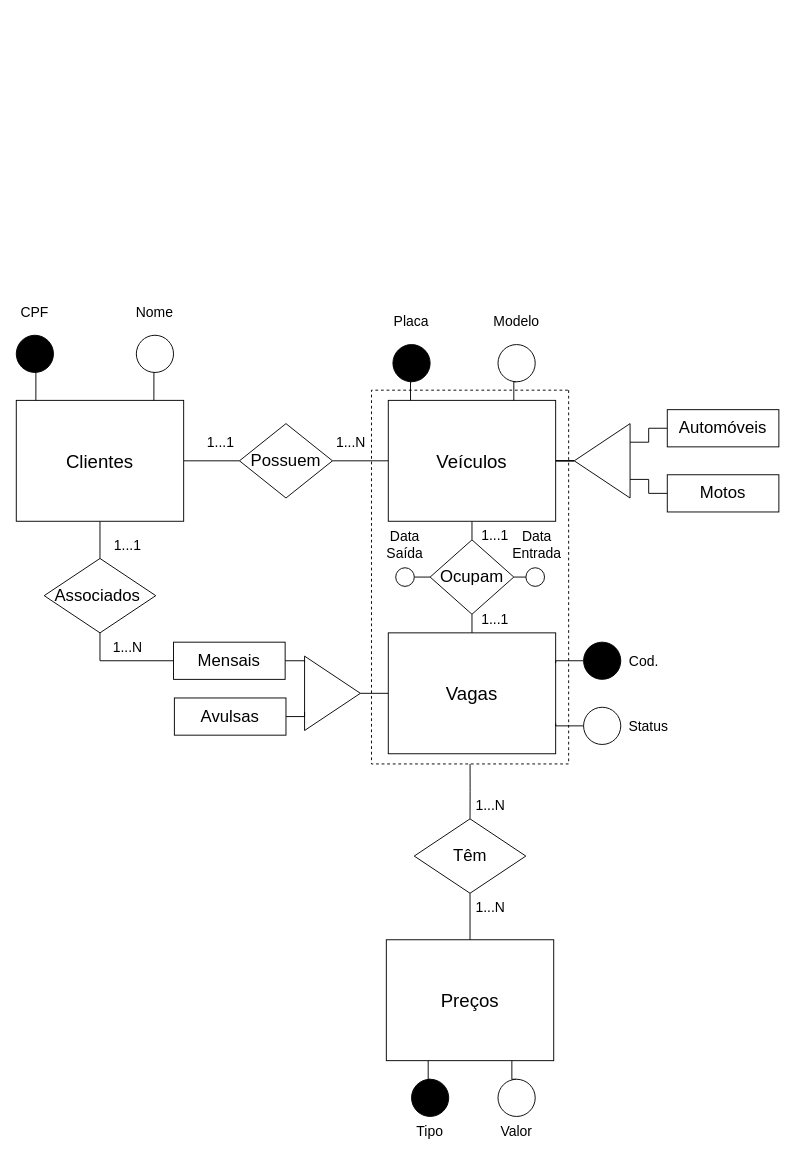
RenanGAS/Database-1 keeps this draw.io diagram as Lists/List01/Exec07/Parking.drawio. Above is the earlier version. Source tidied: cells renumbered, new cells numbered last; positions are measured from the earlier drawing's top-left corner, leaving out a move shared by most shapes. Both pictures are drawn from the tidied source at 93%, with x=0, y=0 at pixel (16, 298).
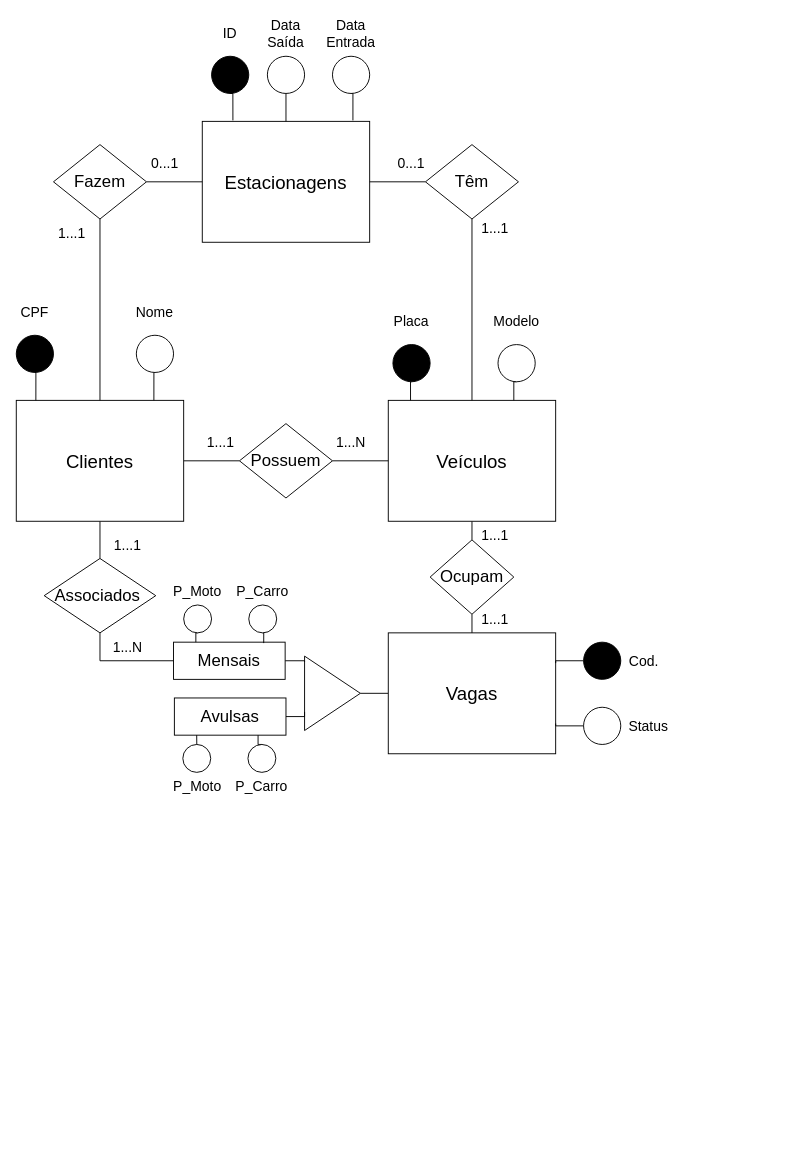
The same page after the edit.

Unchanged cells that the change refers to:
```xml
<mxCell id="5" value="&lt;font style=&quot;font-size: 20px&quot;&gt;Veículos&lt;/font&gt;" style="rounded=0;whiteSpace=wrap;html=1;" parent="1" vertex="1">
  <mxGeometry x="400" y="110" width="180" height="130" as="geometry" />
</mxCell>
<mxCell id="10" value="&lt;font style=&quot;font-size: 20px&quot;&gt;Clientes&lt;/font&gt;" style="rounded=0;whiteSpace=wrap;html=1;" parent="1" vertex="1">
  <mxGeometry y="110" width="180" height="130" as="geometry" />
</mxCell>
<mxCell id="20" value="Ocupam" style="rhombus;whiteSpace=wrap;html=1;fontSize=18;" parent="1" vertex="1">
  <mxGeometry x="445" y="260" width="90" height="80" as="geometry" />
</mxCell>
<mxCell id="25" value="Mensais" style="rounded=0;whiteSpace=wrap;html=1;fontSize=18;" parent="1" vertex="1">
  <mxGeometry x="169.1" y="370" width="120" height="40" as="geometry" />
</mxCell>
<mxCell id="27" value="Avulsas" style="rounded=0;whiteSpace=wrap;html=1;fontSize=18;" parent="1" vertex="1">
  <mxGeometry x="170" y="430" width="120" height="40" as="geometry" />
</mxCell>
```

What changed in the source:
```diff
@@
-    <mxCell id="2" value="&lt;font style=&quot;font-size: 20px&quot;&gt;Preços&lt;/font&gt;" style="rounded=0;whiteSpace=wrap;html=1;" parent="1" vertex="1">
-      <mxGeometry x="397.9" y="690" width="180" height="130" as="geometry" />
-    </mxCell>
-    <mxCell id="3" style="edgeStyle=orthogonalEdgeStyle;rounded=0;jettySize=auto;html=1;entryX=1;entryY=0.5;entryDx=0;entryDy=0;fontSize=18;endArrow=none;endFill=0;" parent="1" edge="1" source="5" target="15">
-      <mxGeometry relative="1" as="geometry" />
-    </mxCell>
@@
-    <mxCell id="13" style="edgeStyle=orthogonalEdgeStyle;rounded=0;jettySize=auto;html=1;exitX=0;exitY=0.75;exitDx=0;exitDy=0;entryX=0;entryY=0.5;entryDx=0;entryDy=0;fontSize=18;endArrow=none;endFill=0;" parent="1" edge="1" source="15" target="16">
-      <mxGeometry relative="1" as="geometry" />
-    </mxCell>
-    <mxCell id="14" style="edgeStyle=orthogonalEdgeStyle;rounded=0;jettySize=auto;html=1;exitX=0;exitY=0.25;exitDx=0;exitDy=0;entryX=0;entryY=0.5;entryDx=0;entryDy=0;fontSize=18;endArrow=none;endFill=0;" parent="1" edge="1" source="15" target="17">
-      <mxGeometry relative="1" as="geometry" />
-    </mxCell>
-    <mxCell id="15" style="triangle;whiteSpace=wrap;html=1;fontSize=18;rotation=-180;" parent="1" vertex="1">
-      <mxGeometry x="600" y="135" width="60" height="80" as="geometry" />
-    </mxCell>
-    <mxCell id="16" value="Automóveis" style="rounded=0;whiteSpace=wrap;html=1;fontSize=18;" parent="1" vertex="1">
-      <mxGeometry x="700" y="120" width="120" height="40" as="geometry" />
-    </mxCell>
-    <mxCell id="17" value="Motos" style="rounded=0;whiteSpace=wrap;html=1;fontSize=18;" parent="1" vertex="1">
-      <mxGeometry x="700" y="190" width="120" height="40" as="geometry" />
-    </mxCell>
@@
-    <mxCell id="19" style="edgeStyle=orthogonalEdgeStyle;rounded=0;jettySize=auto;html=1;exitX=1;exitY=0.5;exitDx=0;exitDy=0;entryX=0;entryY=0.5;entryDx=0;entryDy=0;fontSize=15;endArrow=none;endFill=0;" parent="1" edge="1" source="20" target="44">
-      <mxGeometry relative="1" as="geometry" />
-    </mxCell>
@@
-    <mxCell id="21" style="edgeStyle=orthogonalEdgeStyle;rounded=0;jettySize=auto;html=1;exitX=1;exitY=0.5;exitDx=0;exitDy=0;entryX=0.5;entryY=0;entryDx=0;entryDy=0;fontSize=18;endArrow=none;endFill=0;" parent="1" edge="1" source="22" target="31">
-      <mxGeometry relative="1" as="geometry" />
-    </mxCell>
-    <mxCell id="22" style="rounded=0;whiteSpace=wrap;html=1;fontSize=18;rotation=90;fillColor=none;dashed=1;" parent="1" vertex="1">
-      <mxGeometry x="287" y="194" width="401.9" height="212" as="geometry" />
-    </mxCell>
@@
-    <mxCell id="30" style="edgeStyle=orthogonalEdgeStyle;rounded=0;jettySize=auto;html=1;exitX=0.5;exitY=1;exitDx=0;exitDy=0;entryX=0.5;entryY=0;entryDx=0;entryDy=0;fontSize=18;endArrow=none;endFill=0;" parent="1" edge="1" source="31" target="2">
-      <mxGeometry relative="1" as="geometry" />
-    </mxCell>
-    <mxCell id="31" value="&lt;div&gt;&lt;span&gt;Têm&lt;/span&gt;&lt;/div&gt;" style="rhombus;whiteSpace=wrap;html=1;fontSize=18;align=center;" parent="1" vertex="1">
-      <mxGeometry x="427.9" y="560" width="120" height="80" as="geometry" />
-    </mxCell>
@@
-    <mxCell id="44" style="ellipse;whiteSpace=wrap;html=1;fontSize=15;fillColor=#FFFFFF;" parent="1" vertex="1">
-      <mxGeometry x="548" y="290" width="20" height="20" as="geometry" />
-    </mxCell>
     <mxCell id="45" value="Data&lt;br&gt;Entrada" style="text;html=1;strokeColor=none;fillColor=none;align=center;verticalAlign=middle;whiteSpace=wrap;rounded=0;fontSize=15;" parent="1" vertex="1">
-      <mxGeometry x="550" y="250" width="20" height="30" as="geometry" />
+      <mxGeometry x="350" y="-300" width="20" height="30" as="geometry" />
     </mxCell>
-    <mxCell id="46" style="edgeStyle=orthogonalEdgeStyle;rounded=0;jettySize=auto;html=1;exitX=1;exitY=0.5;exitDx=0;exitDy=0;entryX=0;entryY=0.5;entryDx=0;entryDy=0;fontSize=15;endArrow=none;endFill=0;" parent="1" edge="1" source="47" target="20">
-      <mxGeometry relative="1" as="geometry" />
-    </mxCell>
-    <mxCell id="47" style="ellipse;whiteSpace=wrap;html=1;fontSize=15;fillColor=#FFFFFF;" parent="1" vertex="1">
-      <mxGeometry x="408" y="290" width="20" height="20" as="geometry" />
-    </mxCell>
     <mxCell id="48" value="Data&lt;br&gt;Saída" style="text;html=1;strokeColor=none;fillColor=none;align=center;verticalAlign=middle;whiteSpace=wrap;rounded=0;fontSize=15;" parent="1" vertex="1">
-      <mxGeometry x="407.9" y="250" width="20" height="30" as="geometry" />
+      <mxGeometry x="280" y="-300" width="20" height="30" as="geometry" />
     </mxCell>
-    <mxCell id="49" value="Tipo" style="text;html=1;strokeColor=none;fillColor=none;align=center;verticalAlign=middle;whiteSpace=wrap;rounded=0;fontSize=15;" parent="1" vertex="1">
-      <mxGeometry x="415" y="880" width="60" height="30" as="geometry" />
-    </mxCell>
-    <mxCell id="50" value="Valor" style="text;html=1;strokeColor=none;fillColor=none;align=center;verticalAlign=middle;whiteSpace=wrap;rounded=0;fontSize=15;" parent="1" vertex="1">
-      <mxGeometry x="507.9" y="880" width="60" height="30" as="geometry" />
-    </mxCell>
-    <mxCell id="51" style="edgeStyle=orthogonalEdgeStyle;rounded=0;jettySize=auto;html=1;exitX=0.5;exitY=0;exitDx=0;exitDy=0;entryX=0.75;entryY=1;entryDx=0;entryDy=0;fontSize=15;endArrow=none;endFill=0;" parent="1" edge="1" source="52" target="2">
-      <mxGeometry relative="1" as="geometry" />
-    </mxCell>
-    <mxCell id="52" style="ellipse;whiteSpace=wrap;html=1;fontSize=15;fillColor=#FFFFFF;" parent="1" vertex="1">
-      <mxGeometry x="518" y="840" width="40" height="40" as="geometry" />
-    </mxCell>
-    <mxCell id="53" style="edgeStyle=orthogonalEdgeStyle;rounded=0;jettySize=auto;html=1;exitX=0.5;exitY=0;exitDx=0;exitDy=0;entryX=0.25;entryY=1;entryDx=0;entryDy=0;fontSize=15;endArrow=none;endFill=0;" parent="1" edge="1" source="54" target="2">
-      <mxGeometry relative="1" as="geometry" />
-    </mxCell>
-    <mxCell id="54" style="ellipse;whiteSpace=wrap;html=1;fontSize=15;fillColor=#000000;" parent="1" vertex="1">
-      <mxGeometry x="425" y="840" width="40" height="40" as="geometry" />
-    </mxCell>
@@
     <mxCell id="60" value="Modelo" style="text;html=1;strokeColor=none;fillColor=none;align=center;verticalAlign=middle;whiteSpace=wrap;rounded=0;fontSize=15;" parent="1" vertex="1">
-      <mxGeometry x="507.9" y="10" width="60" height="30" as="geometry" />
+      <mxGeometry x="508" y="10" width="60" height="30" as="geometry" />
     </mxCell>
@@
-    <mxCell id="67" value="1...N" style="text;html=1;strokeColor=none;fillColor=none;align=center;verticalAlign=middle;whiteSpace=wrap;rounded=0;fontSize=15;" parent="1" vertex="1">
-      <mxGeometry x="490" y="640" width="40" height="30" as="geometry" />
-    </mxCell>
-    <mxCell id="68" value="1...N" style="text;html=1;strokeColor=none;fillColor=none;align=center;verticalAlign=middle;whiteSpace=wrap;rounded=0;fontSize=15;" parent="1" vertex="1">
-      <mxGeometry x="490" y="530" width="40" height="30" as="geometry" />
-    </mxCell>
+    <mxCell id="69" style="edgeStyle=orthogonalEdgeStyle;rounded=0;jettySize=auto;html=1;exitX=0.5;exitY=1;exitDx=0;exitDy=0;entryX=0.2;entryY=0;entryDx=0;entryDy=0;entryPerimeter=0;fontSize=15;endArrow=none;endFill=0;" parent="1" edge="1" source="70" target="25">
+      <mxGeometry relative="1" as="geometry" />
+    </mxCell>
+    <mxCell id="70" style="ellipse;whiteSpace=wrap;html=1;" parent="1" vertex="1">
+      <mxGeometry x="180" y="330" width="30" height="30" as="geometry" />
+    </mxCell>
+    <mxCell id="71" style="edgeStyle=orthogonalEdgeStyle;rounded=0;jettySize=auto;html=1;exitX=0.5;exitY=1;exitDx=0;exitDy=0;entryX=0.808;entryY=0.025;entryDx=0;entryDy=0;entryPerimeter=0;fontSize=15;endArrow=none;endFill=0;" parent="1" edge="1" source="72" target="25">
+      <mxGeometry relative="1" as="geometry" />
+    </mxCell>
+    <mxCell id="72" style="ellipse;whiteSpace=wrap;html=1;" parent="1" vertex="1">
+      <mxGeometry x="250" y="330" width="30" height="30" as="geometry" />
+    </mxCell>
+    <mxCell id="73" style="edgeStyle=orthogonalEdgeStyle;rounded=0;jettySize=auto;html=1;exitX=0.5;exitY=0;exitDx=0;exitDy=0;entryX=0.2;entryY=1;entryDx=0;entryDy=0;entryPerimeter=0;fontSize=15;endArrow=none;endFill=0;" parent="1" edge="1" source="74" target="27">
+      <mxGeometry relative="1" as="geometry" />
+    </mxCell>
+    <mxCell id="74" style="ellipse;whiteSpace=wrap;html=1;" parent="1" vertex="1">
+      <mxGeometry x="179.1" y="480" width="30" height="30" as="geometry" />
+    </mxCell>
+    <mxCell id="75" style="edgeStyle=orthogonalEdgeStyle;rounded=0;jettySize=auto;html=1;exitX=0.5;exitY=0;exitDx=0;exitDy=0;entryX=0.75;entryY=1;entryDx=0;entryDy=0;fontSize=15;endArrow=none;endFill=0;" parent="1" edge="1" source="76" target="27">
+      <mxGeometry relative="1" as="geometry" />
+    </mxCell>
+    <mxCell id="76" style="ellipse;whiteSpace=wrap;html=1;" parent="1" vertex="1">
+      <mxGeometry x="249.1" y="480" width="30" height="30" as="geometry" />
+    </mxCell>
+    <mxCell id="77" value="&lt;font style=&quot;font-size: 15px&quot;&gt;P_Moto&lt;/font&gt;" style="text;html=1;strokeColor=none;fillColor=none;align=center;verticalAlign=middle;whiteSpace=wrap;rounded=0;" parent="1" vertex="1">
+      <mxGeometry x="165" y="300" width="60" height="30" as="geometry" />
+    </mxCell>
+    <mxCell id="78" value="&lt;font style=&quot;font-size: 15px&quot;&gt;P_Carro&lt;/font&gt;" style="text;html=1;strokeColor=none;fillColor=none;align=center;verticalAlign=middle;whiteSpace=wrap;rounded=0;" parent="1" vertex="1">
+      <mxGeometry x="235" y="300" width="60" height="30" as="geometry" />
+    </mxCell>
+    <mxCell id="79" value="&lt;font style=&quot;font-size: 15px&quot;&gt;P_Moto&lt;/font&gt;" style="text;html=1;strokeColor=none;fillColor=none;align=center;verticalAlign=middle;whiteSpace=wrap;rounded=0;" parent="1" vertex="1">
+      <mxGeometry x="165" y="510" width="60" height="30" as="geometry" />
+    </mxCell>
+    <mxCell id="80" value="&lt;font style=&quot;font-size: 15px&quot;&gt;P_Carro&lt;/font&gt;" style="text;html=1;strokeColor=none;fillColor=none;align=center;verticalAlign=middle;whiteSpace=wrap;rounded=0;" parent="1" vertex="1">
+      <mxGeometry x="234.1" y="510" width="60" height="30" as="geometry" />
+    </mxCell>
+    <mxCell id="81" value="&lt;font style=&quot;font-size: 20px&quot;&gt;Estacionagens&lt;/font&gt;" style="rounded=0;whiteSpace=wrap;html=1;" parent="1" vertex="1">
+      <mxGeometry x="200" y="-190" width="180" height="130" as="geometry" />
+    </mxCell>
+    <mxCell id="82" value="&lt;font style=&quot;font-size: 15px&quot;&gt;ID&lt;/font&gt;" style="text;html=1;strokeColor=none;fillColor=none;align=center;verticalAlign=middle;whiteSpace=wrap;rounded=0;fontSize=18;" parent="1" vertex="1">
+      <mxGeometry x="215" y="-300" width="30" height="30" as="geometry" />
+    </mxCell>
+    <mxCell id="83" style="edgeStyle=orthogonalEdgeStyle;rounded=0;jettySize=auto;html=1;exitX=0.5;exitY=1;exitDx=0;exitDy=0;entryX=0.183;entryY=-0.008;entryDx=0;entryDy=0;entryPerimeter=0;fontSize=15;endArrow=none;endFill=0;" parent="1" edge="1" source="84" target="81">
+      <mxGeometry relative="1" as="geometry" />
+    </mxCell>
+    <mxCell id="84" style="ellipse;whiteSpace=wrap;html=1;fontSize=18;fillColor=#000000;" parent="1" vertex="1">
+      <mxGeometry x="210" y="-260" width="40" height="40" as="geometry" />
+    </mxCell>
+    <mxCell id="85" style="edgeStyle=orthogonalEdgeStyle;rounded=0;jettySize=auto;html=1;exitX=0.5;exitY=1;exitDx=0;exitDy=0;entryX=0.5;entryY=0;entryDx=0;entryDy=0;fontSize=15;endArrow=none;endFill=0;" parent="1" edge="1" source="86" target="81">
+      <mxGeometry relative="1" as="geometry" />
+    </mxCell>
+    <mxCell id="86" style="ellipse;whiteSpace=wrap;html=1;fontSize=15;fillColor=#FFFFFF;" parent="1" vertex="1">
+      <mxGeometry x="270" y="-260" width="40" height="40" as="geometry" />
+    </mxCell>
+    <mxCell id="87" style="edgeStyle=orthogonalEdgeStyle;rounded=0;jettySize=auto;html=1;exitX=0.5;exitY=1;exitDx=0;exitDy=0;entryX=0.9;entryY=-0.008;entryDx=0;entryDy=0;entryPerimeter=0;fontSize=15;endArrow=none;endFill=0;" parent="1" edge="1" source="88" target="81">
+      <mxGeometry relative="1" as="geometry" />
+    </mxCell>
+    <mxCell id="88" style="ellipse;whiteSpace=wrap;html=1;fontSize=15;fillColor=#FFFFFF;" parent="1" vertex="1">
+      <mxGeometry x="340" y="-260" width="40" height="40" as="geometry" />
+    </mxCell>
+    <mxCell id="89" style="edgeStyle=orthogonalEdgeStyle;rounded=0;jettySize=auto;html=1;exitX=1;exitY=0.5;exitDx=0;exitDy=0;entryX=0;entryY=0.5;entryDx=0;entryDy=0;fontSize=15;endArrow=none;endFill=0;" parent="1" edge="1" source="91" target="81">
+      <mxGeometry relative="1" as="geometry" />
+    </mxCell>
+    <mxCell id="90" style="edgeStyle=orthogonalEdgeStyle;rounded=0;jettySize=auto;html=1;exitX=0.5;exitY=1;exitDx=0;exitDy=0;entryX=0.5;entryY=0;entryDx=0;entryDy=0;fontSize=15;endArrow=none;endFill=0;" parent="1" edge="1" source="91" target="10">
+      <mxGeometry relative="1" as="geometry" />
+    </mxCell>
+    <mxCell id="91" value="Fazem" style="rhombus;whiteSpace=wrap;html=1;fontSize=18;" parent="1" vertex="1">
+      <mxGeometry x="40" y="-165" width="100" height="80" as="geometry" />
+    </mxCell>
+    <mxCell id="92" style="edgeStyle=orthogonalEdgeStyle;rounded=0;jettySize=auto;html=1;exitX=0.5;exitY=1;exitDx=0;exitDy=0;entryX=0.5;entryY=0;entryDx=0;entryDy=0;fontSize=15;endArrow=none;endFill=0;" parent="1" edge="1" source="31" target="5">
+      <mxGeometry relative="1" as="geometry" />
+    </mxCell>
+    <mxCell id="93" style="edgeStyle=orthogonalEdgeStyle;rounded=0;jettySize=auto;html=1;exitX=0;exitY=0.5;exitDx=0;exitDy=0;entryX=1;entryY=0.5;entryDx=0;entryDy=0;fontSize=15;endArrow=none;endFill=0;" parent="1" edge="1" source="31" target="81">
+      <mxGeometry relative="1" as="geometry" />
+    </mxCell>
+    <mxCell id="31" value="Têm" style="rhombus;whiteSpace=wrap;html=1;fontSize=18;" parent="1" vertex="1">
+      <mxGeometry x="440" y="-165" width="100" height="80" as="geometry" />
+    </mxCell>
+    <mxCell id="94" value="0...1" style="text;html=1;strokeColor=none;fillColor=none;align=center;verticalAlign=middle;whiteSpace=wrap;rounded=0;fontSize=15;" parent="1" vertex="1">
+      <mxGeometry x="140" y="-160" width="40" height="30" as="geometry" />
+    </mxCell>
+    <mxCell id="95" value="1...1" style="text;html=1;strokeColor=none;fillColor=none;align=center;verticalAlign=middle;whiteSpace=wrap;rounded=0;fontSize=15;" parent="1" vertex="1">
+      <mxGeometry x="40" y="-85" width="40" height="30" as="geometry" />
+    </mxCell>
+    <mxCell id="96" value="1...1" style="text;html=1;strokeColor=none;fillColor=none;align=center;verticalAlign=middle;whiteSpace=wrap;rounded=0;fontSize=15;" parent="1" vertex="1">
+      <mxGeometry x="495" y="-90" width="40" height="30" as="geometry" />
+    </mxCell>
+    <mxCell id="97" value="0...1" style="text;html=1;strokeColor=none;fillColor=none;align=center;verticalAlign=middle;whiteSpace=wrap;rounded=0;fontSize=15;" parent="1" vertex="1">
+      <mxGeometry x="405" y="-160" width="40" height="30" as="geometry" />
+    </mxCell>
```
